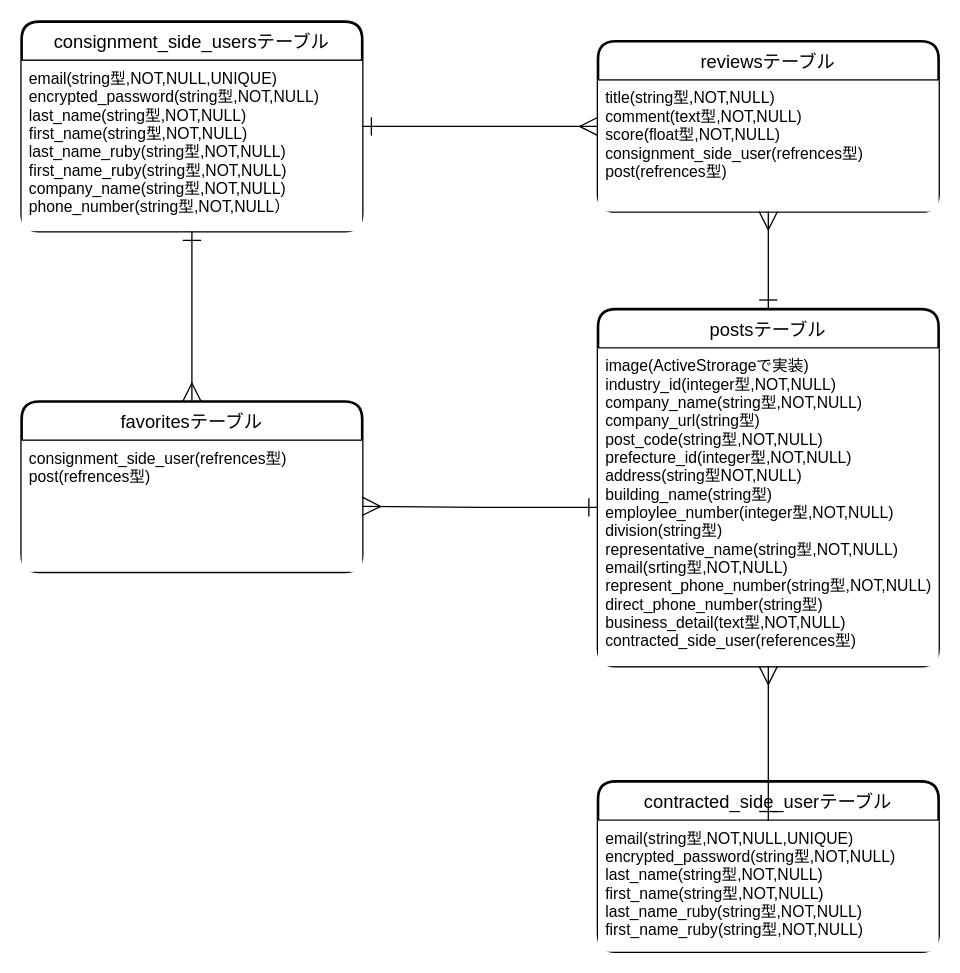
The draw.io diagram er_diagram.dio in hiroki1121/assistance_company, before the edit. Source tidied: cells renumbered, new cells numbered last; positions are measured from the earlier drawing's top-left corner, leaving out a move shared by most shapes. Both pictures are drawn from the tidied source at 131%, with x=0, y=0 at pixel (21, 21).
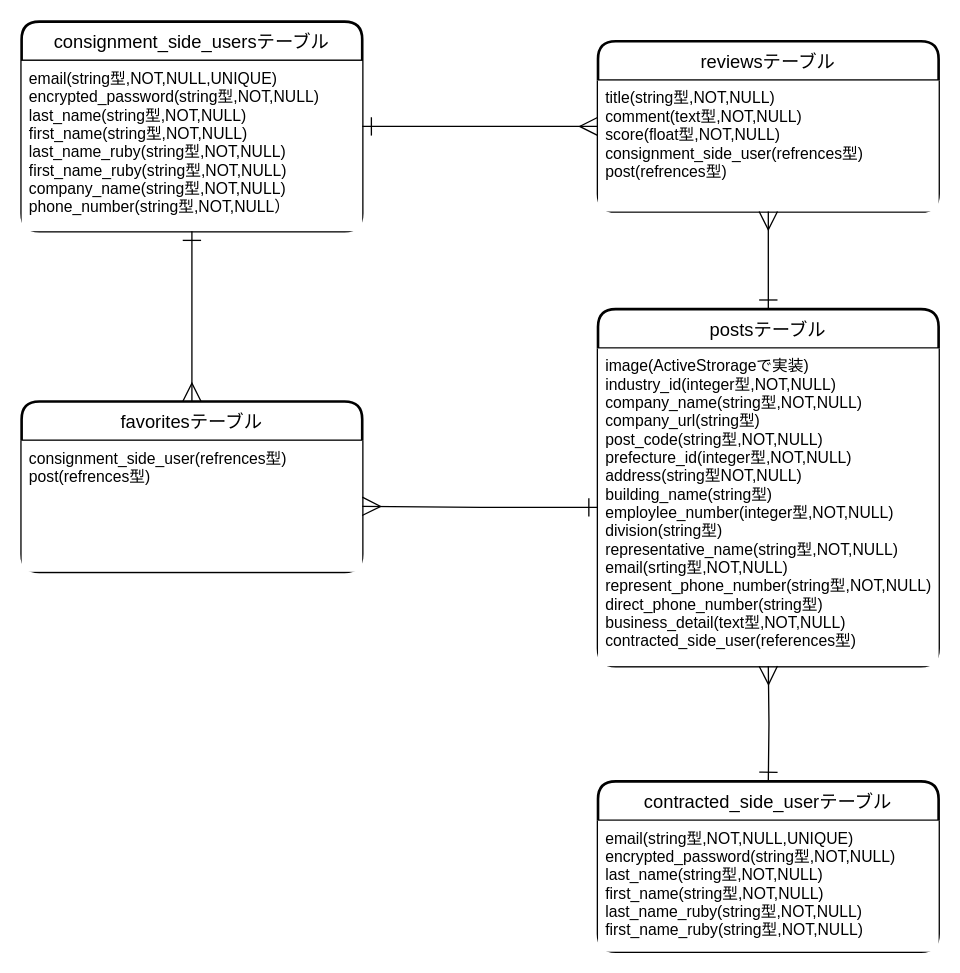
After the change.

Commit message:
レイアウト微調整

What changed in the source:
```diff
@@
 <mxGraphModel>
   <root>
     <mxCell id="0" />
     <mxCell id="1" parent="0" />
     <mxCell id="2" value="consignment_side_usersテーブル" style="swimlane;horizontal=1;startSize=30;rounded=1;fontSize=14;fontStyle=0;strokeWidth=2;shadow=0;dashed=0;align=center;labelBackgroundColor=none;fillColor=#FFFFFF;fontColor=#000000;labelBorderColor=none;swimlaneFillColor=none;strokeColor=#000000;" parent="1" vertex="1">
       <mxGeometry width="260" height="160" as="geometry" />
     </mxCell>
     <mxCell id="3" value="email(string型,NOT,NULL,UNIQUE)&#10;encrypted_password(string型,NOT,NULL)&#10;last_name(string型,NOT,NULL)&#10;first_name(string型,NOT,NULL)&#10;last_name_ruby(string型,NOT,NULL)&#10;first_name_ruby(string型,NOT,NULL)&#10;company_name(string型,NOT,NULL)&#10;phone_number(string型,NOT,NULL）" style="align=left;strokeColor=none;spacingLeft=4;fontSize=12;verticalAlign=top;fillColor=#FFFFFF;fontColor=#000000;" parent="2" vertex="1">
       <mxGeometry y="30" width="260" height="130" as="geometry" />
     </mxCell>
     <mxCell id="4" value="contracted_side_userテーブル" style="swimlane;horizontal=1;startSize=30;rounded=1;fontSize=14;fontStyle=0;strokeWidth=2;shadow=0;dashed=0;align=center;labelBackgroundColor=none;fillColor=#FFFFFF;fontColor=#000000;labelBorderColor=none;swimlaneFillColor=none;strokeColor=#000000;" parent="1" vertex="1">
       <mxGeometry x="440" y="580" width="260" height="130" as="geometry" />
     </mxCell>
     <mxCell id="5" value="email(string型,NOT,NULL,UNIQUE)&#10;encrypted_password(string型,NOT,NULL)&#10;last_name(string型,NOT,NULL)&#10;first_name(string型,NOT,NULL)&#10;last_name_ruby(string型,NOT,NULL)&#10;first_name_ruby(string型,NOT,NULL)" style="align=left;strokeColor=none;spacingLeft=4;fontSize=12;verticalAlign=top;fillColor=#FFFFFF;fontColor=#000000;" parent="4" vertex="1">
       <mxGeometry y="30" width="260" height="100" as="geometry" />
     </mxCell>
     <mxCell id="6" value="postsテーブル" style="swimlane;horizontal=1;startSize=30;rounded=1;fontSize=14;fontStyle=0;strokeWidth=2;shadow=0;dashed=0;align=center;labelBackgroundColor=none;fillColor=#FFFFFF;fontColor=#000000;labelBorderColor=none;swimlaneFillColor=none;strokeColor=#000000;" parent="1" vertex="1">
       <mxGeometry x="440" y="219.5" width="260" height="272.5" as="geometry" />
     </mxCell>
     <mxCell id="7" value="image(ActiveStrorageで実装)&#10;industry_id(integer型,NOT,NULL)&#10;company_name(string型,NOT,NULL)&#10;company_url(string型)&#10;post_code(string型,NOT,NULL)&#10;prefecture_id(integer型,NOT,NULL)&#10;address(string型NOT,NULL)&#10;building_name(string型)&#10;employlee_number(integer型,NOT,NULL)&#10;division(string型)&#10;representative_name(string型,NOT,NULL)&#10;email(srting型,NOT,NULL)&#10;represent_phone_number(string型,NOT,NULL)&#10;direct_phone_number(string型)&#10;business_detail(text型,NOT,NULL)&#10;contracted_side_user(references型)" style="align=left;strokeColor=none;spacingLeft=4;fontSize=12;verticalAlign=top;fillColor=#FFFFFF;fontColor=#000000;" parent="6" vertex="1">
       <mxGeometry y="30" width="260" height="242.5" as="geometry" />
     </mxCell>
     <mxCell id="8" value="favoritesテーブル" style="swimlane;horizontal=1;startSize=30;rounded=1;fontSize=14;fontStyle=0;strokeWidth=2;shadow=0;dashed=0;align=center;labelBackgroundColor=none;fillColor=#FFFFFF;fontColor=#000000;labelBorderColor=none;swimlaneFillColor=none;strokeColor=#000000;" parent="1" vertex="1">
       <mxGeometry y="290" width="260" height="130" as="geometry" />
     </mxCell>
     <mxCell id="9" value="consignment_side_user(refrences型)&#10;post(refrences型)" style="align=left;strokeColor=none;spacingLeft=4;fontSize=12;verticalAlign=top;fillColor=#FFFFFF;fontColor=#000000;" parent="8" vertex="1">
       <mxGeometry y="30" width="260" height="100" as="geometry" />
     </mxCell>
     <mxCell id="10" style="edgeStyle=orthogonalEdgeStyle;rounded=0;jettySize=auto;html=1;exitX=0.5;exitY=1;exitDx=0;exitDy=0;entryX=0.5;entryY=0;entryDx=0;entryDy=0;fontColor=#000000;endArrow=ERmany;endFill=0;startArrow=ERone;startFill=0;strokeWidth=1;endSize=12;startSize=12;" parent="1" edge="1" source="3" target="8">
       <mxGeometry relative="1" as="geometry" />
     </mxCell>
     <mxCell id="11" style="edgeStyle=orthogonalEdgeStyle;rounded=0;jettySize=auto;html=1;startArrow=ERone;startFill=0;startSize=12;endArrow=ERmany;endFill=0;endSize=12;strokeWidth=1;fontColor=#000000;" parent="1" edge="1" source="7">
       <mxGeometry relative="1" as="geometry">
         <mxPoint x="260" y="370" as="targetPoint" />
       </mxGeometry>
     </mxCell>
-    <mxCell id="12" style="edgeStyle=orthogonalEdgeStyle;rounded=0;jettySize=auto;html=1;endSize=12;startSize=12;endArrow=ERmany;endFill=0;startArrow=ERone;startFill=0;" parent="1" edge="1" source="5" target="7">
-      <mxGeometry relative="1" as="geometry" />
+    <mxCell id="12" style="edgeStyle=orthogonalEdgeStyle;rounded=0;jettySize=auto;html=1;endSize=12;startSize=12;endArrow=ERmany;endFill=0;startArrow=ERone;startFill=0;" parent="1" edge="1" target="7">
+      <mxGeometry relative="1" as="geometry">
+        <mxPoint x="570" y="580" as="sourcePoint" />
+      </mxGeometry>
     </mxCell>
     <mxCell id="13" style="edgeStyle=orthogonalEdgeStyle;rounded=0;jettySize=auto;html=1;startArrow=ERone;startFill=0;startSize=12;endArrow=ERmany;endFill=0;endSize=12;exitX=1;exitY=0.5;exitDx=0;exitDy=0;" parent="1" edge="1" source="2" target="14">
       <mxGeometry relative="1" as="geometry" />
     </mxCell>
     <mxCell id="14" value="reviewsテーブル" style="swimlane;horizontal=1;startSize=30;rounded=1;fontSize=14;fontStyle=0;strokeWidth=2;shadow=0;dashed=0;align=center;labelBackgroundColor=none;fillColor=#FFFFFF;fontColor=#000000;labelBorderColor=none;swimlaneFillColor=none;strokeColor=#000000;" parent="1" vertex="1">
       <mxGeometry x="440" y="15" width="260" height="130" as="geometry" />
     </mxCell>
     <mxCell id="15" value="title(string型,NOT,NULL)&#10;comment(text型,NOT,NULL)&#10;score(float型,NOT,NULL)&#10;consignment_side_user(refrences型)&#10;post(refrences型)" style="align=left;strokeColor=none;spacingLeft=4;fontSize=12;verticalAlign=top;fillColor=#FFFFFF;fontColor=#000000;" parent="14" vertex="1">
       <mxGeometry y="30" width="260" height="100" as="geometry" />
     </mxCell>
     <mxCell id="16" style="align=left;strokeColor=none;spacingLeft=4;fontSize=12;verticalAlign=top;fillColor=#FFFFFF;fontColor=#000000;" parent="14" vertex="1">
       <mxGeometry y="130" width="260" as="geometry" />
     </mxCell>
     <mxCell id="17" style="edgeStyle=orthogonalEdgeStyle;rounded=0;jettySize=auto;html=1;startArrow=ERone;startFill=0;startSize=12;endArrow=ERmany;endFill=0;endSize=12;exitX=0.5;exitY=0;exitDx=0;exitDy=0;" parent="1" edge="1" source="6" target="15">
       <mxGeometry relative="1" as="geometry" />
     </mxCell>
   </root>
 </mxGraphModel>
```
